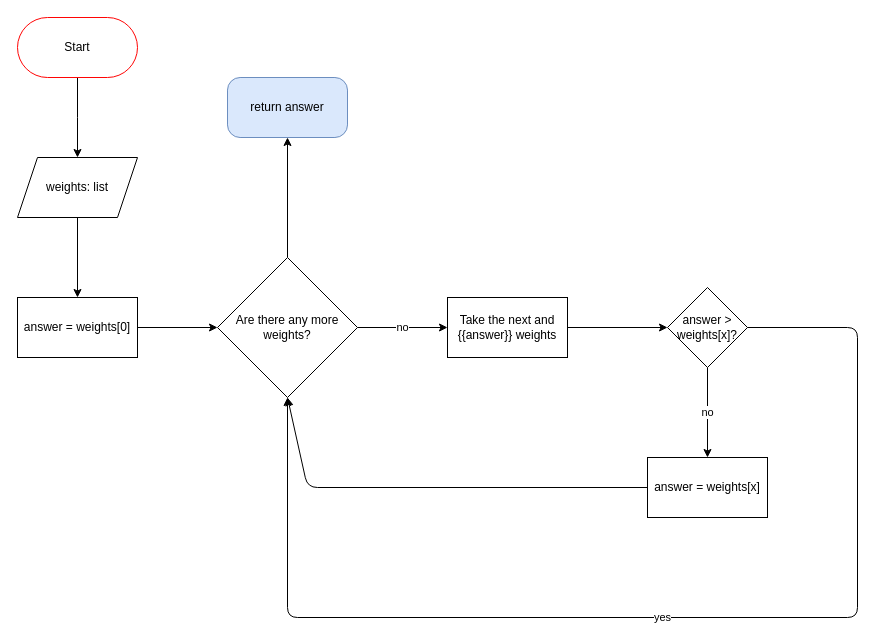
yourenoticed/gb keeps this draw.io diagram as first lecture block schemes/find_heaviest_weight.drawio. Above is the earlier version. Source tidied: cells renumbered, new cells numbered last; positions are measured from the earlier drawing's top-left corner, leaving out a move shared by most shapes. Both pictures are drawn from the tidied source at 100%, with x=0, y=0 at pixel (17, 17).
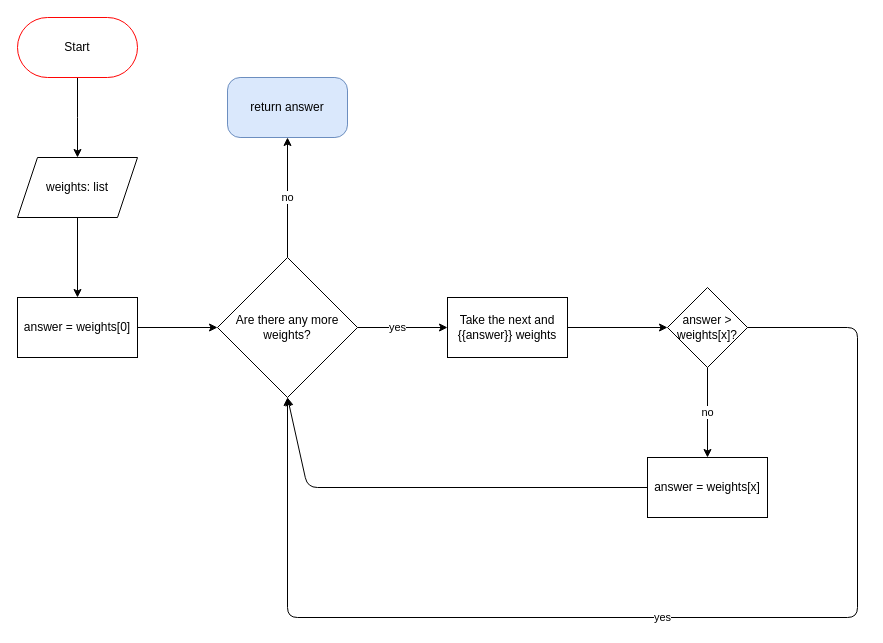
The same page after the edit.

Commit message:
logical mistakes correction

Unchanged cells that the change refers to:
```xml
<mxCell id="10" value="Are there any more weights?" style="rhombus;whiteSpace=wrap;html=1;" parent="1" vertex="1">
  <mxGeometry x="200" y="240" width="140" height="140" as="geometry" />
</mxCell>
<mxCell id="12" value="Take the next and {{answer}} weights" style="whiteSpace=wrap;html=1;" parent="1" vertex="1">
  <mxGeometry x="430" y="280" width="120" height="60" as="geometry" />
</mxCell>
<mxCell id="16" value="return answer" style="whiteSpace=wrap;html=1;rounded=1;arcSize=21;fillColor=#dae8fc;strokeColor=#6c8ebf;" parent="1" vertex="1">
  <mxGeometry x="210" y="60" width="120" height="60" as="geometry" />
</mxCell>
```

Change to the diagram source:
```diff
@@
-    <mxCell id="8" value="no" style="edgeStyle=orthogonalEdgeStyle;rounded=0;jettySize=auto;html=1;" parent="1" edge="1" source="10" target="12">
-      <mxGeometry relative="1" as="geometry" />
+    <mxCell id="8" value="yes" style="edgeStyle=orthogonalEdgeStyle;rounded=0;jettySize=auto;html=1;" parent="1" edge="1" source="10" target="12">
+      <mxGeometry x="-0.11" relative="1" as="geometry" />
     </mxCell>
-    <mxCell id="9" style="edgeStyle=orthogonalEdgeStyle;rounded=0;jettySize=auto;html=1;" parent="1" edge="1" source="10" target="16">
+    <mxCell id="9" value="no" style="edgeStyle=orthogonalEdgeStyle;rounded=0;jettySize=auto;html=1;" parent="1" edge="1" source="10" target="16">
       <mxGeometry relative="1" as="geometry" />
     </mxCell>
```
